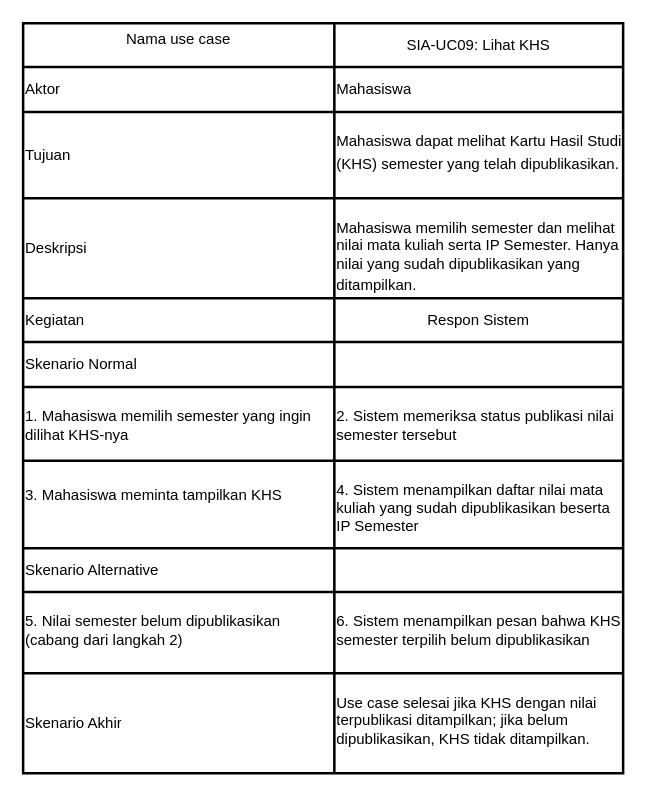
The draw.io diagram page "Page-3" (3 of 7) of 04_model_analisis/P05/SIA/P05_2406033_SIA_Skenario_v01.drawio in 2406033-Faisal/IFRWP5149_2406033_LabAlat, before the edit. Source tidied: cells renumbered, new cells numbered last; positions are measured from the earlier drawing's top-left corner, leaving out a move shared by most shapes. Both pictures are drawn from the tidied source at 125%, with x=0, y=0 at pixel (22, 22).
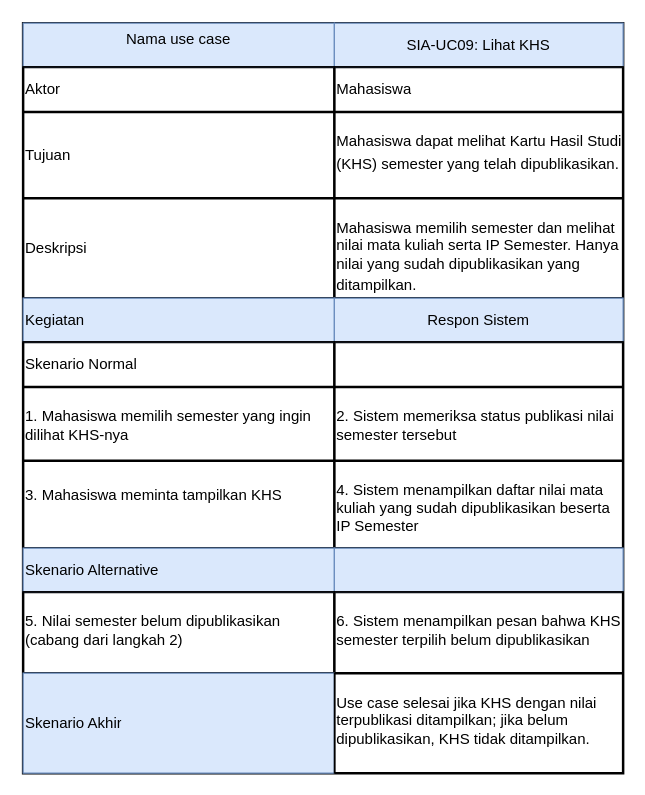
The same page after the edit.

Unchanged cells that the change refers to:
```xml
<mxCell id="3" style="shape=tableRow;horizontal=0;startSize=0;swimlaneHead=0;swimlaneBody=0;strokeColor=inherit;fillColor=none;fixedHeader=1;" parent="2" vertex="1">
  <mxGeometry width="480" height="35" as="geometry" />
</mxCell>
<mxCell id="15" style="shape=tableRow;horizontal=0;startSize=0;swimlaneHead=0;swimlaneBody=0;strokeColor=inherit;fillColor=none;fixedHeader=1;" parent="2" vertex="1">
  <mxGeometry y="220" width="480" height="35" as="geometry" />
</mxCell>
<mxCell id="27" style="shape=tableRow;horizontal=0;startSize=0;swimlaneHead=0;swimlaneBody=0;strokeColor=inherit;fillColor=none;fixedHeader=1;" parent="2" vertex="1">
  <mxGeometry y="420" width="480" height="35" as="geometry" />
</mxCell>
<mxCell id="33" style="shape=tableRow;horizontal=0;startSize=0;swimlaneHead=0;swimlaneBody=0;strokeColor=inherit;fillColor=none;fixedHeader=1;" parent="2" vertex="1">
  <mxGeometry y="520" width="480" height="80" as="geometry" />
</mxCell>
```

The edit, as a diff of the source:
```diff
@@
-    <mxCell id="4" value="&lt;table class=&quot;NormalTable&quot;&gt;&lt;tbody&gt;&lt;tr&gt;&lt;td width=&quot;200&quot; style=&quot;border-left-style:none;border-bottom-style:none;border-right-style:none;border-top-style:none;&quot;&gt;&lt;span class=&quot;fontstyle0&quot;&gt;Nama use case&lt;/span&gt;&lt;/td&gt;&lt;/tr&gt;&lt;/tbody&gt;&lt;/table&gt; &lt;br/&gt;&lt;br style=&quot;font-style: normal; font-variant: normal; font-weight: normal; letter-spacing: normal; line-height: normal; orphans: 2; text-align: -webkit-auto; text-indent: 0px; text-transform: none; white-space: normal; widows: 2; word-spacing: 0px; -webkit-text-size-adjust: auto; -webkit-text-stroke-width: 0px;&quot;&gt;" style="shape=partialRectangle;html=1;whiteSpace=wrap;strokeColor=inherit;overflow=hidden;fillColor=none;" parent="3" vertex="1">
+    <mxCell id="4" value="&lt;table class=&quot;NormalTable&quot;&gt;&lt;tbody&gt;&lt;tr&gt;&lt;td width=&quot;200&quot; style=&quot;border-left-style:none;border-bottom-style:none;border-right-style:none;border-top-style:none;&quot;&gt;&lt;span class=&quot;fontstyle0&quot;&gt;Nama use case&lt;/span&gt;&lt;/td&gt;&lt;/tr&gt;&lt;/tbody&gt;&lt;/table&gt; &lt;br/&gt;&lt;br style=&quot;font-style: normal; font-variant: normal; font-weight: normal; letter-spacing: normal; line-height: normal; orphans: 2; text-align: -webkit-auto; text-indent: 0px; text-transform: none; white-space: normal; widows: 2; word-spacing: 0px; -webkit-text-size-adjust: auto; -webkit-text-stroke-width: 0px;&quot;&gt;" style="shape=partialRectangle;html=1;whiteSpace=wrap;strokeColor=#6c8ebf;overflow=hidden;fillColor=#dae8fc;" parent="3" vertex="1">
       <mxGeometry width="249" height="35" as="geometry" />
     </mxCell>
-    <mxCell id="5" value="SIA-UC09: Lihat KHS" style="shape=partialRectangle;html=1;whiteSpace=wrap;strokeColor=inherit;overflow=hidden;fillColor=none;" parent="3" vertex="1">
+    <mxCell id="5" value="SIA-UC09: Lihat KHS" style="shape=partialRectangle;html=1;whiteSpace=wrap;strokeColor=#6c8ebf;overflow=hidden;fillColor=#dae8fc;" parent="3" vertex="1">
       <mxGeometry x="249" width="231" height="35" as="geometry" />
     </mxCell>
@@
-    <mxCell id="16" value="Kegiatan" style="shape=partialRectangle;html=1;whiteSpace=wrap;strokeColor=inherit;overflow=hidden;fillColor=none;align=left;" parent="15" vertex="1">
+    <mxCell id="16" value="Kegiatan" style="shape=partialRectangle;html=1;whiteSpace=wrap;strokeColor=#6c8ebf;overflow=hidden;fillColor=#dae8fc;align=left;" parent="15" vertex="1">
       <mxGeometry width="249" height="35" as="geometry" />
     </mxCell>
-    <mxCell id="17" value="Respon Sistem" style="shape=partialRectangle;html=1;whiteSpace=wrap;strokeColor=inherit;overflow=hidden;fillColor=none;align=center;" parent="15" vertex="1">
+    <mxCell id="17" value="Respon Sistem" style="shape=partialRectangle;html=1;whiteSpace=wrap;strokeColor=#6c8ebf;overflow=hidden;fillColor=#dae8fc;align=center;" parent="15" vertex="1">
       <mxGeometry x="249" width="231" height="35" as="geometry" />
     </mxCell>
@@
-    <mxCell id="28" value="Skenario Alternative" style="shape=partialRectangle;html=1;whiteSpace=wrap;strokeColor=inherit;overflow=hidden;fillColor=none;align=left;" parent="27" vertex="1">
+    <mxCell id="28" value="Skenario Alternative" style="shape=partialRectangle;html=1;whiteSpace=wrap;strokeColor=#6c8ebf;overflow=hidden;fillColor=#dae8fc;align=left;" parent="27" vertex="1">
       <mxGeometry width="249" height="35" as="geometry" />
     </mxCell>
-    <mxCell id="29" style="shape=partialRectangle;html=1;whiteSpace=wrap;strokeColor=inherit;overflow=hidden;fillColor=none;align=left;" parent="27" vertex="1">
+    <mxCell id="29" style="shape=partialRectangle;html=1;whiteSpace=wrap;strokeColor=#6c8ebf;overflow=hidden;fillColor=#dae8fc;align=left;" parent="27" vertex="1">
       <mxGeometry x="249" width="231" height="35" as="geometry" />
     </mxCell>
@@
-    <mxCell id="34" value="Skenario Akhir" style="shape=partialRectangle;html=1;whiteSpace=wrap;strokeColor=inherit;overflow=hidden;fillColor=none;align=left;" parent="33" vertex="1">
+    <mxCell id="34" value="Skenario Akhir" style="shape=partialRectangle;html=1;whiteSpace=wrap;strokeColor=#6c8ebf;overflow=hidden;fillColor=#dae8fc;align=left;" parent="33" vertex="1">
       <mxGeometry width="249" height="80" as="geometry" />
     </mxCell>
```
